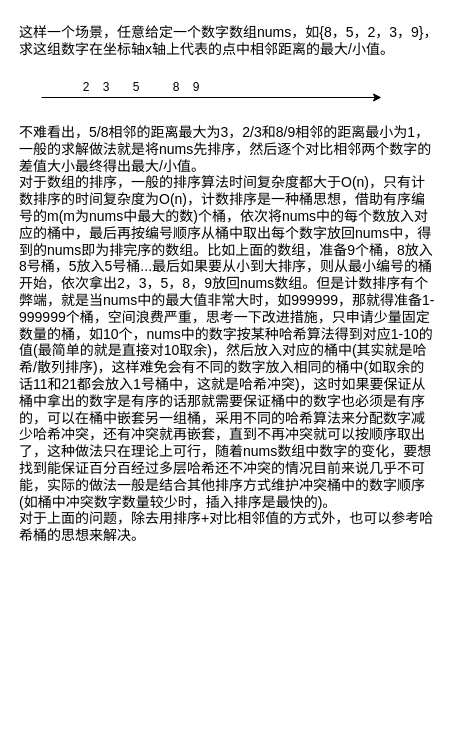
Above: 有序数列相邻元素最大/小差值.drawio in a7956232/drawIOFiles (draw.io), before the change. Source tidied: cells renumbered, new cells numbered last; positions are measured from the earlier drawing's top-left corner, leaving out a move shared by most shapes. Both pictures are drawn from the tidied source at 100%, with x=0, y=0 at pixel (17, 17).
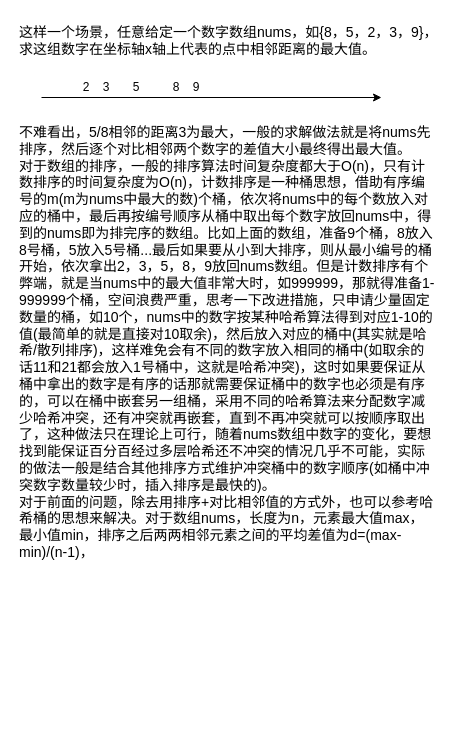
The same page after the edit.

Commit message:
更新有序数列相邻元素最大/小差值.drawio

Change to the diagram source:
```diff
@@
 <mxGraphModel>
   <root>
     <mxCell id="0" />
     <mxCell id="1" parent="0" />
-    <mxCell id="2" value="这样一个场景，任意给定一个数字数组nums，如{8，5，2，3，9}，求这组数字在坐标轴x轴上代表的点中相邻距离的最大/小值。" style="text;html=1;strokeColor=none;fillColor=none;align=left;verticalAlign=top;whiteSpace=wrap;rounded=0;fontSize=14;" parent="1" vertex="1">
+    <mxCell id="2" value="这样一个场景，任意给定一个数字数组nums，如{8，5，2，3，9}，求这组数字在坐标轴x轴上代表的点中相邻距离的最大值。" style="text;html=1;strokeColor=none;fillColor=none;align=left;verticalAlign=top;whiteSpace=wrap;rounded=0;fontSize=14;" parent="1" vertex="1">
       <mxGeometry width="430" height="50" as="geometry" />
     </mxCell>
     <mxCell id="3" style="endArrow=classic;html=1;rounded=0;" parent="1" edge="1">
       <mxGeometry relative="1" as="geometry">
         <mxPoint x="24" y="80" as="sourcePoint" />
         <mxPoint x="364" y="80" as="targetPoint" />
       </mxGeometry>
     </mxCell>
     <mxCell id="4" value="2" style="text;html=1;strokeColor=none;fillColor=none;align=center;verticalAlign=middle;whiteSpace=wrap;rounded=0;" parent="1" vertex="1">
       <mxGeometry x="64" y="60" width="10" height="20" as="geometry" />
     </mxCell>
     <mxCell id="5" value="3" style="text;html=1;strokeColor=none;fillColor=none;align=center;verticalAlign=middle;whiteSpace=wrap;rounded=0;" parent="1" vertex="1">
       <mxGeometry x="84" y="60" width="10" height="20" as="geometry" />
     </mxCell>
     <mxCell id="6" value="5" style="text;html=1;strokeColor=none;fillColor=none;align=center;verticalAlign=middle;whiteSpace=wrap;rounded=0;" parent="1" vertex="1">
       <mxGeometry x="114" y="60" width="10" height="20" as="geometry" />
     </mxCell>
     <mxCell id="7" value="8" style="text;html=1;strokeColor=none;fillColor=none;align=center;verticalAlign=middle;whiteSpace=wrap;rounded=0;" parent="1" vertex="1">
       <mxGeometry x="154" y="60" width="10" height="20" as="geometry" />
     </mxCell>
     <mxCell id="8" value="9" style="text;html=1;strokeColor=none;fillColor=none;align=center;verticalAlign=middle;whiteSpace=wrap;rounded=0;" parent="1" vertex="1">
       <mxGeometry x="174" y="60" width="10" height="20" as="geometry" />
     </mxCell>
-    <mxCell id="9" value="不难看出，5/8相邻的距离最大为3，2/3和8/9相邻的距离最小为1，一般的求解做法就是将nums先排序，然后逐个对比相邻两个数字的差值大小最终得出最大/小值。&lt;br&gt;对于数组的排序，一般的排序算法时间复杂度都大于O(n)，只有计数排序的时间复杂度为O(n)，计数排序是一种桶思想，借助有序编号的m(m为nums中最大的数)个桶，依次将nums中的每个数放入对应的桶中，最后再按编号顺序从桶中取出每个数字放回nums中，得到的nums即为排完序的数组。比如上面的数组，准备9个桶，8放入8号桶，5放入5号桶...最后如果要从小到大排序，则从最小编号的桶开始，依次拿出2，3，5，8，9放回nums数组。但是计数排序有个弊端，就是当nums中的最大值非常大时，如999999，那就得准备1-999999个桶，空间浪费严重，思考一下改进措施，只申请少量固定数量的桶，如10个，nums中的数字按某种哈希算法得到对应1-10的值(最简单的就是直接对10取余)，然后放入对应的桶中(其实就是哈希/散列排序)，这样难免会有不同的数字放入相同的桶中(如取余的话11和21都会放入1号桶中，这就是哈希冲突)，这时如果要保证从桶中拿出的数字是有序的话那就需要保证桶中的数字也必须是有序的，可以在桶中嵌套另一组桶，采用不同的哈希算法来分配数字减少哈希冲突，还有冲突就再嵌套，直到不再冲突就可以按顺序取出了，这种做法只在理论上可行，随着nums数组中数字的变化，要想找到能保证百分百经过多层哈希还不冲突的情况目前来说几乎不可能，实际的做法一般是结合其他排序方式维护冲突桶中的数字顺序(如桶中冲突数字数量较少时，插入排序是最快的)。&lt;br&gt;对于上面的问题，除去用排序+对比相邻值的方式外，也可以参考哈希桶的思想来解决。" style="text;html=1;strokeColor=none;fillColor=none;align=left;verticalAlign=top;whiteSpace=wrap;rounded=0;fontSize=14;" parent="1" vertex="1">
-      <mxGeometry y="100" width="420" height="440" as="geometry" />
+    <mxCell id="9" value="不难看出，5/8相邻的距离3为最大，一般的求解做法就是将nums先排序，然后逐个对比相邻两个数字的差值大小最终得出最大值。&lt;br&gt;对于数组的排序，一般的排序算法时间复杂度都大于O(n)，只有计数排序的时间复杂度为O(n)，计数排序是一种桶思想，借助有序编号的m(m为nums中最大的数)个桶，依次将nums中的每个数放入对应的桶中，最后再按编号顺序从桶中取出每个数字放回nums中，得到的nums即为排完序的数组。比如上面的数组，准备9个桶，8放入8号桶，5放入5号桶...最后如果要从小到大排序，则从最小编号的桶开始，依次拿出2，3，5，8，9放回nums数组。但是计数排序有个弊端，就是当nums中的最大值非常大时，如999999，那就得准备1-999999个桶，空间浪费严重，思考一下改进措施，只申请少量固定数量的桶，如10个，nums中的数字按某种哈希算法得到对应1-10的值(最简单的就是直接对10取余)，然后放入对应的桶中(其实就是哈希/散列排序)，这样难免会有不同的数字放入相同的桶中(如取余的话11和21都会放入1号桶中，这就是哈希冲突)，这时如果要保证从桶中拿出的数字是有序的话那就需要保证桶中的数字也必须是有序的，可以在桶中嵌套另一组桶，采用不同的哈希算法来分配数字减少哈希冲突，还有冲突就再嵌套，直到不再冲突就可以按顺序取出了，这种做法只在理论上可行，随着nums数组中数字的变化，要想找到能保证百分百经过多层哈希还不冲突的情况几乎不可能，实际的做法一般是结合其他排序方式维护冲突桶中的数字顺序(如桶中冲突数字数量较少时，插入排序是最快的)。&lt;br&gt;对于前面的问题，除去用排序+对比相邻值的方式外，也可以参考哈希桶的思想来解决。对于数组nums，长度为n，元素最大值max，最小值min，排序之后两两相邻元素之间的平均差值为d=(max-min)/(n-1)，" style="text;html=1;strokeColor=none;fillColor=none;align=left;verticalAlign=top;whiteSpace=wrap;rounded=0;fontSize=14;" parent="1" vertex="1">
+      <mxGeometry y="100" width="420" height="620" as="geometry" />
     </mxCell>
   </root>
 </mxGraphModel>
```
